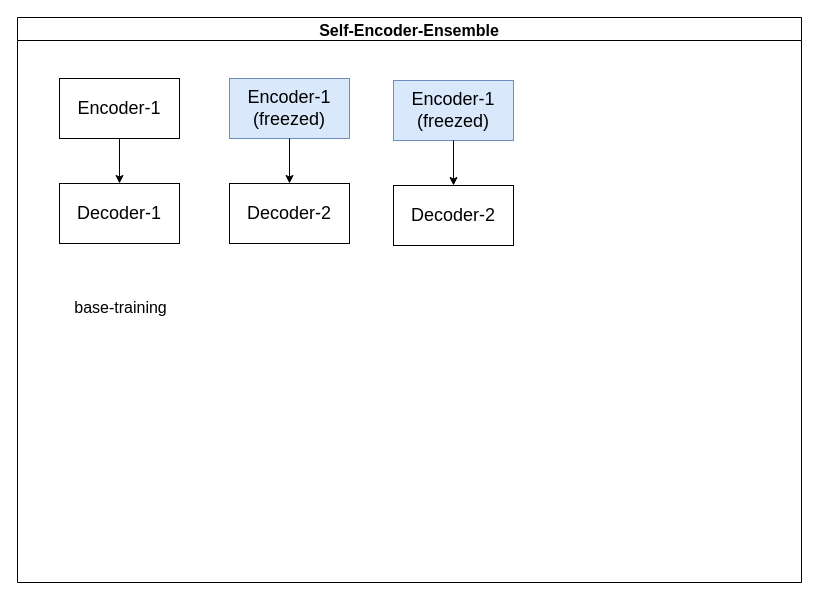
Wu-Xiang123/Hello-GItHub keeps this draw.io diagram as naic21.ae.ensemble.drawio. Above is the earlier version. Source tidied: cells renumbered, new cells numbered last; positions are measured from the earlier drawing's top-left corner, leaving out a move shared by most shapes. Both pictures are drawn from the tidied source at 100%, with x=0, y=0 at pixel (17, 17).
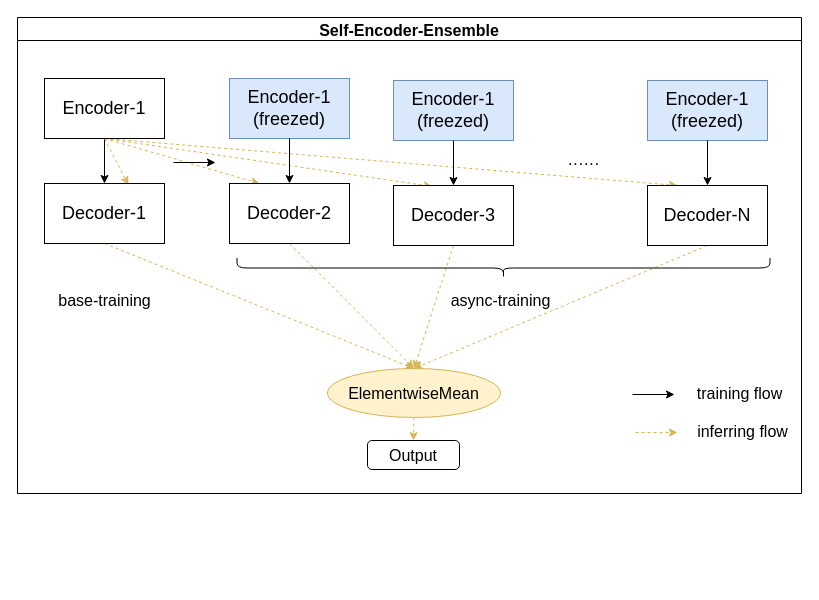
After the change.

The change refers to these unchanged cells:
```xml
<mxCell id="8" value="&lt;font style=&quot;font-size: 18px;&quot;&gt;Decoder-2&lt;/font&gt;" style="rounded=0;whiteSpace=wrap;html=1;" parent="2" vertex="1">
  <mxGeometry x="212" y="166" width="120" height="60" as="geometry" />
</mxCell>
```

The edit, as a diff of the source:
```diff
@@
     <mxCell id="2" value="Self-Encoder-Ensemble" style="swimlane;fontSize=16;" parent="1" vertex="1">
-      <mxGeometry width="784" height="565" as="geometry" />
+      <mxGeometry width="784" height="476" as="geometry" />
     </mxCell>
@@
+    <mxCell id="13" style="edgeStyle=none;rounded=0;jettySize=auto;html=1;exitX=0.5;exitY=1;exitDx=0;exitDy=0;entryX=0.699;entryY=0.023;entryDx=0;entryDy=0;entryPerimeter=0;fontSize=16;dashed=1;fillColor=#fff2cc;strokeColor=#d6b656;" parent="2" edge="1" source="4" target="5">
+      <mxGeometry relative="1" as="geometry" />
+    </mxCell>
+    <mxCell id="14" style="edgeStyle=none;rounded=0;jettySize=auto;html=1;exitX=0.5;exitY=1;exitDx=0;exitDy=0;entryX=0.25;entryY=0;entryDx=0;entryDy=0;dashed=1;fontSize=16;fillColor=#fff2cc;strokeColor=#d6b656;" parent="2" edge="1" source="4" target="8">
+      <mxGeometry relative="1" as="geometry" />
+    </mxCell>
+    <mxCell id="15" style="edgeStyle=none;rounded=0;jettySize=auto;html=1;exitX=0.5;exitY=1;exitDx=0;exitDy=0;entryX=0.322;entryY=0.015;entryDx=0;entryDy=0;entryPerimeter=0;dashed=1;fontSize=16;fillColor=#fff2cc;strokeColor=#d6b656;" parent="2" edge="1" source="4" target="11">
+      <mxGeometry relative="1" as="geometry" />
+    </mxCell>
+    <mxCell id="16" style="edgeStyle=none;rounded=0;jettySize=auto;html=1;exitX=0.5;exitY=1;exitDx=0;exitDy=0;entryX=0.25;entryY=0;entryDx=0;entryDy=0;dashed=1;fontSize=16;fillColor=#fff2cc;strokeColor=#d6b656;" parent="2" edge="1" source="4" target="22">
+      <mxGeometry relative="1" as="geometry" />
+    </mxCell>
     <mxCell id="4" value="&lt;font style=&quot;font-size: 18px;&quot;&gt;Encoder-1&lt;/font&gt;" style="rounded=0;whiteSpace=wrap;html=1;" parent="2" vertex="1">
-      <mxGeometry x="42" y="61" width="120" height="60" as="geometry" />
+      <mxGeometry x="27" y="61" width="120" height="60" as="geometry" />
     </mxCell>
+    <mxCell id="17" style="edgeStyle=none;rounded=0;jettySize=auto;html=1;exitX=0.5;exitY=1;exitDx=0;exitDy=0;entryX=0.5;entryY=0;entryDx=0;entryDy=0;fontSize=16;fillColor=#fff2cc;strokeColor=#d6b656;dashed=1;" parent="2" edge="1" source="5" target="29">
+      <mxGeometry relative="1" as="geometry" />
+    </mxCell>
     <mxCell id="5" value="&lt;font style=&quot;font-size: 18px;&quot;&gt;Decoder-1&lt;/font&gt;" style="rounded=0;whiteSpace=wrap;html=1;" parent="2" vertex="1">
-      <mxGeometry x="42" y="166" width="120" height="60" as="geometry" />
+      <mxGeometry x="27" y="166" width="120" height="60" as="geometry" />
     </mxCell>
     <mxCell id="6" value="base-training" style="text;html=1;align=center;verticalAlign=middle;strokeColor=none;fillColor=none;fontSize=16;" parent="2" vertex="1">
-      <mxGeometry x="47" y="274" width="111" height="31" as="geometry" />
+      <mxGeometry x="31.5" y="267" width="111" height="31" as="geometry" />
     </mxCell>
@@
+    <mxCell id="18" style="edgeStyle=none;rounded=0;jettySize=auto;html=1;exitX=0.5;exitY=1;exitDx=0;exitDy=0;entryX=0.5;entryY=0;entryDx=0;entryDy=0;fontSize=16;fillColor=#fff2cc;strokeColor=#d6b656;dashed=1;" parent="2" edge="1" source="8" target="29">
+      <mxGeometry relative="1" as="geometry" />
+    </mxCell>
@@
+    <mxCell id="19" style="edgeStyle=none;rounded=0;jettySize=auto;html=1;exitX=0.5;exitY=1;exitDx=0;exitDy=0;entryX=0.5;entryY=0;entryDx=0;entryDy=0;fontSize=16;fillColor=#fff2cc;strokeColor=#d6b656;dashed=1;" parent="2" edge="1" source="11" target="29">
+      <mxGeometry relative="1" as="geometry" />
+    </mxCell>
-    <mxCell id="11" value="&lt;font style=&quot;font-size: 18px;&quot;&gt;Decoder-2&lt;/font&gt;" style="rounded=0;whiteSpace=wrap;html=1;" parent="2" vertex="1">
+    <mxCell id="11" value="&lt;font style=&quot;font-size: 18px;&quot;&gt;Decoder-3&lt;/font&gt;" style="rounded=0;whiteSpace=wrap;html=1;" parent="2" vertex="1">
       <mxGeometry x="376" y="168" width="120" height="60" as="geometry" />
     </mxCell>
@@
+    <mxCell id="20" value="&lt;font style=&quot;font-size: 18px;&quot;&gt;Encoder-1&lt;br&gt;(freezed)&lt;br&gt;&lt;/font&gt;" style="rounded=0;whiteSpace=wrap;html=1;fillColor=#dae8fc;strokeColor=#6c8ebf;" parent="2" vertex="1">
+      <mxGeometry x="630" y="63" width="120" height="60" as="geometry" />
+    </mxCell>
+    <mxCell id="21" style="edgeStyle=none;rounded=0;jettySize=auto;html=1;exitX=0.5;exitY=1;exitDx=0;exitDy=0;entryX=0.5;entryY=0;entryDx=0;entryDy=0;fontSize=16;fillColor=#fff2cc;strokeColor=#d6b656;dashed=1;" parent="2" edge="1" source="22" target="29">
+      <mxGeometry relative="1" as="geometry" />
+    </mxCell>
+    <mxCell id="22" value="&lt;font style=&quot;font-size: 18px;&quot;&gt;Decoder-N&lt;/font&gt;" style="rounded=0;whiteSpace=wrap;html=1;" parent="2" vertex="1">
+      <mxGeometry x="630" y="168" width="120" height="60" as="geometry" />
+    </mxCell>
+    <mxCell id="23" style="rounded=0;jettySize=auto;html=1;exitX=0.5;exitY=1;exitDx=0;exitDy=0;entryX=0.5;entryY=0;entryDx=0;entryDy=0;fontSize=16;" parent="2" edge="1" source="20" target="22">
+      <mxGeometry relative="1" as="geometry" />
+    </mxCell>
+    <mxCell id="24" value="······" style="text;html=1;align=center;verticalAlign=middle;strokeColor=none;fillColor=none;fontSize=16;" parent="2" vertex="1">
+      <mxGeometry x="541" y="130" width="50" height="31" as="geometry" />
+    </mxCell>
+    <mxCell id="25" style="shape=curlyBracket;whiteSpace=wrap;html=1;rounded=1;fontSize=16;rotation=-90;" parent="2" vertex="1">
+      <mxGeometry x="476" y="-16" width="20" height="533" as="geometry" />
+    </mxCell>
+    <mxCell id="26" value="async-training" style="text;html=1;align=center;verticalAlign=middle;strokeColor=none;fillColor=none;fontSize=16;" parent="2" vertex="1">
+      <mxGeometry x="424" y="267" width="117" height="31" as="geometry" />
+    </mxCell>
+    <mxCell id="27" style="endArrow=classic;html=1;rounded=0;fontSize=16;" parent="2" edge="1">
+      <mxGeometry relative="1" as="geometry">
+        <mxPoint x="156" y="145" as="sourcePoint" />
+        <mxPoint x="198" y="145" as="targetPoint" />
+      </mxGeometry>
+    </mxCell>
+    <mxCell id="28" style="edgeStyle=none;rounded=0;jettySize=auto;html=1;exitX=0.5;exitY=1;exitDx=0;exitDy=0;entryX=0.5;entryY=0;entryDx=0;entryDy=0;fontSize=16;fillColor=#fff2cc;strokeColor=#d6b656;dashed=1;" parent="2" edge="1" source="29" target="30">
+      <mxGeometry relative="1" as="geometry" />
+    </mxCell>
+    <mxCell id="29" value="ElementwiseMean" style="ellipse;whiteSpace=wrap;html=1;fontSize=16;fillColor=#fff2cc;strokeColor=#d6b656;" parent="2" vertex="1">
+      <mxGeometry x="310" y="351" width="173" height="49" as="geometry" />
+    </mxCell>
+    <mxCell id="30" value="Output" style="rounded=1;whiteSpace=wrap;html=1;fontSize=16;" parent="2" vertex="1">
+      <mxGeometry x="350" y="423" width="92" height="29" as="geometry" />
+    </mxCell>
+    <mxCell id="31" style="endArrow=classic;html=1;rounded=0;fontSize=16;" parent="2" edge="1">
+      <mxGeometry relative="1" as="geometry">
+        <mxPoint x="615" y="377" as="sourcePoint" />
+        <mxPoint x="657" y="377" as="targetPoint" />
+      </mxGeometry>
+    </mxCell>
+    <mxCell id="32" style="endArrow=classic;html=1;rounded=0;fontSize=16;fillColor=#fff2cc;strokeColor=#d6b656;dashed=1;" parent="2" edge="1">
+      <mxGeometry relative="1" as="geometry">
+        <mxPoint x="618" y="415" as="sourcePoint" />
+        <mxPoint x="660" y="415" as="targetPoint" />
+      </mxGeometry>
+    </mxCell>
+    <mxCell id="33" value="training flow" style="text;html=1;align=center;verticalAlign=middle;strokeColor=none;fillColor=none;fontSize=16;" parent="2" vertex="1">
+      <mxGeometry x="670" y="360" width="104" height="31" as="geometry" />
+    </mxCell>
+    <mxCell id="34" value="inferring flow" style="text;html=1;align=center;verticalAlign=middle;strokeColor=none;fillColor=none;fontSize=16;" parent="2" vertex="1">
+      <mxGeometry x="670" y="398" width="109" height="31" as="geometry" />
+    </mxCell>
```
